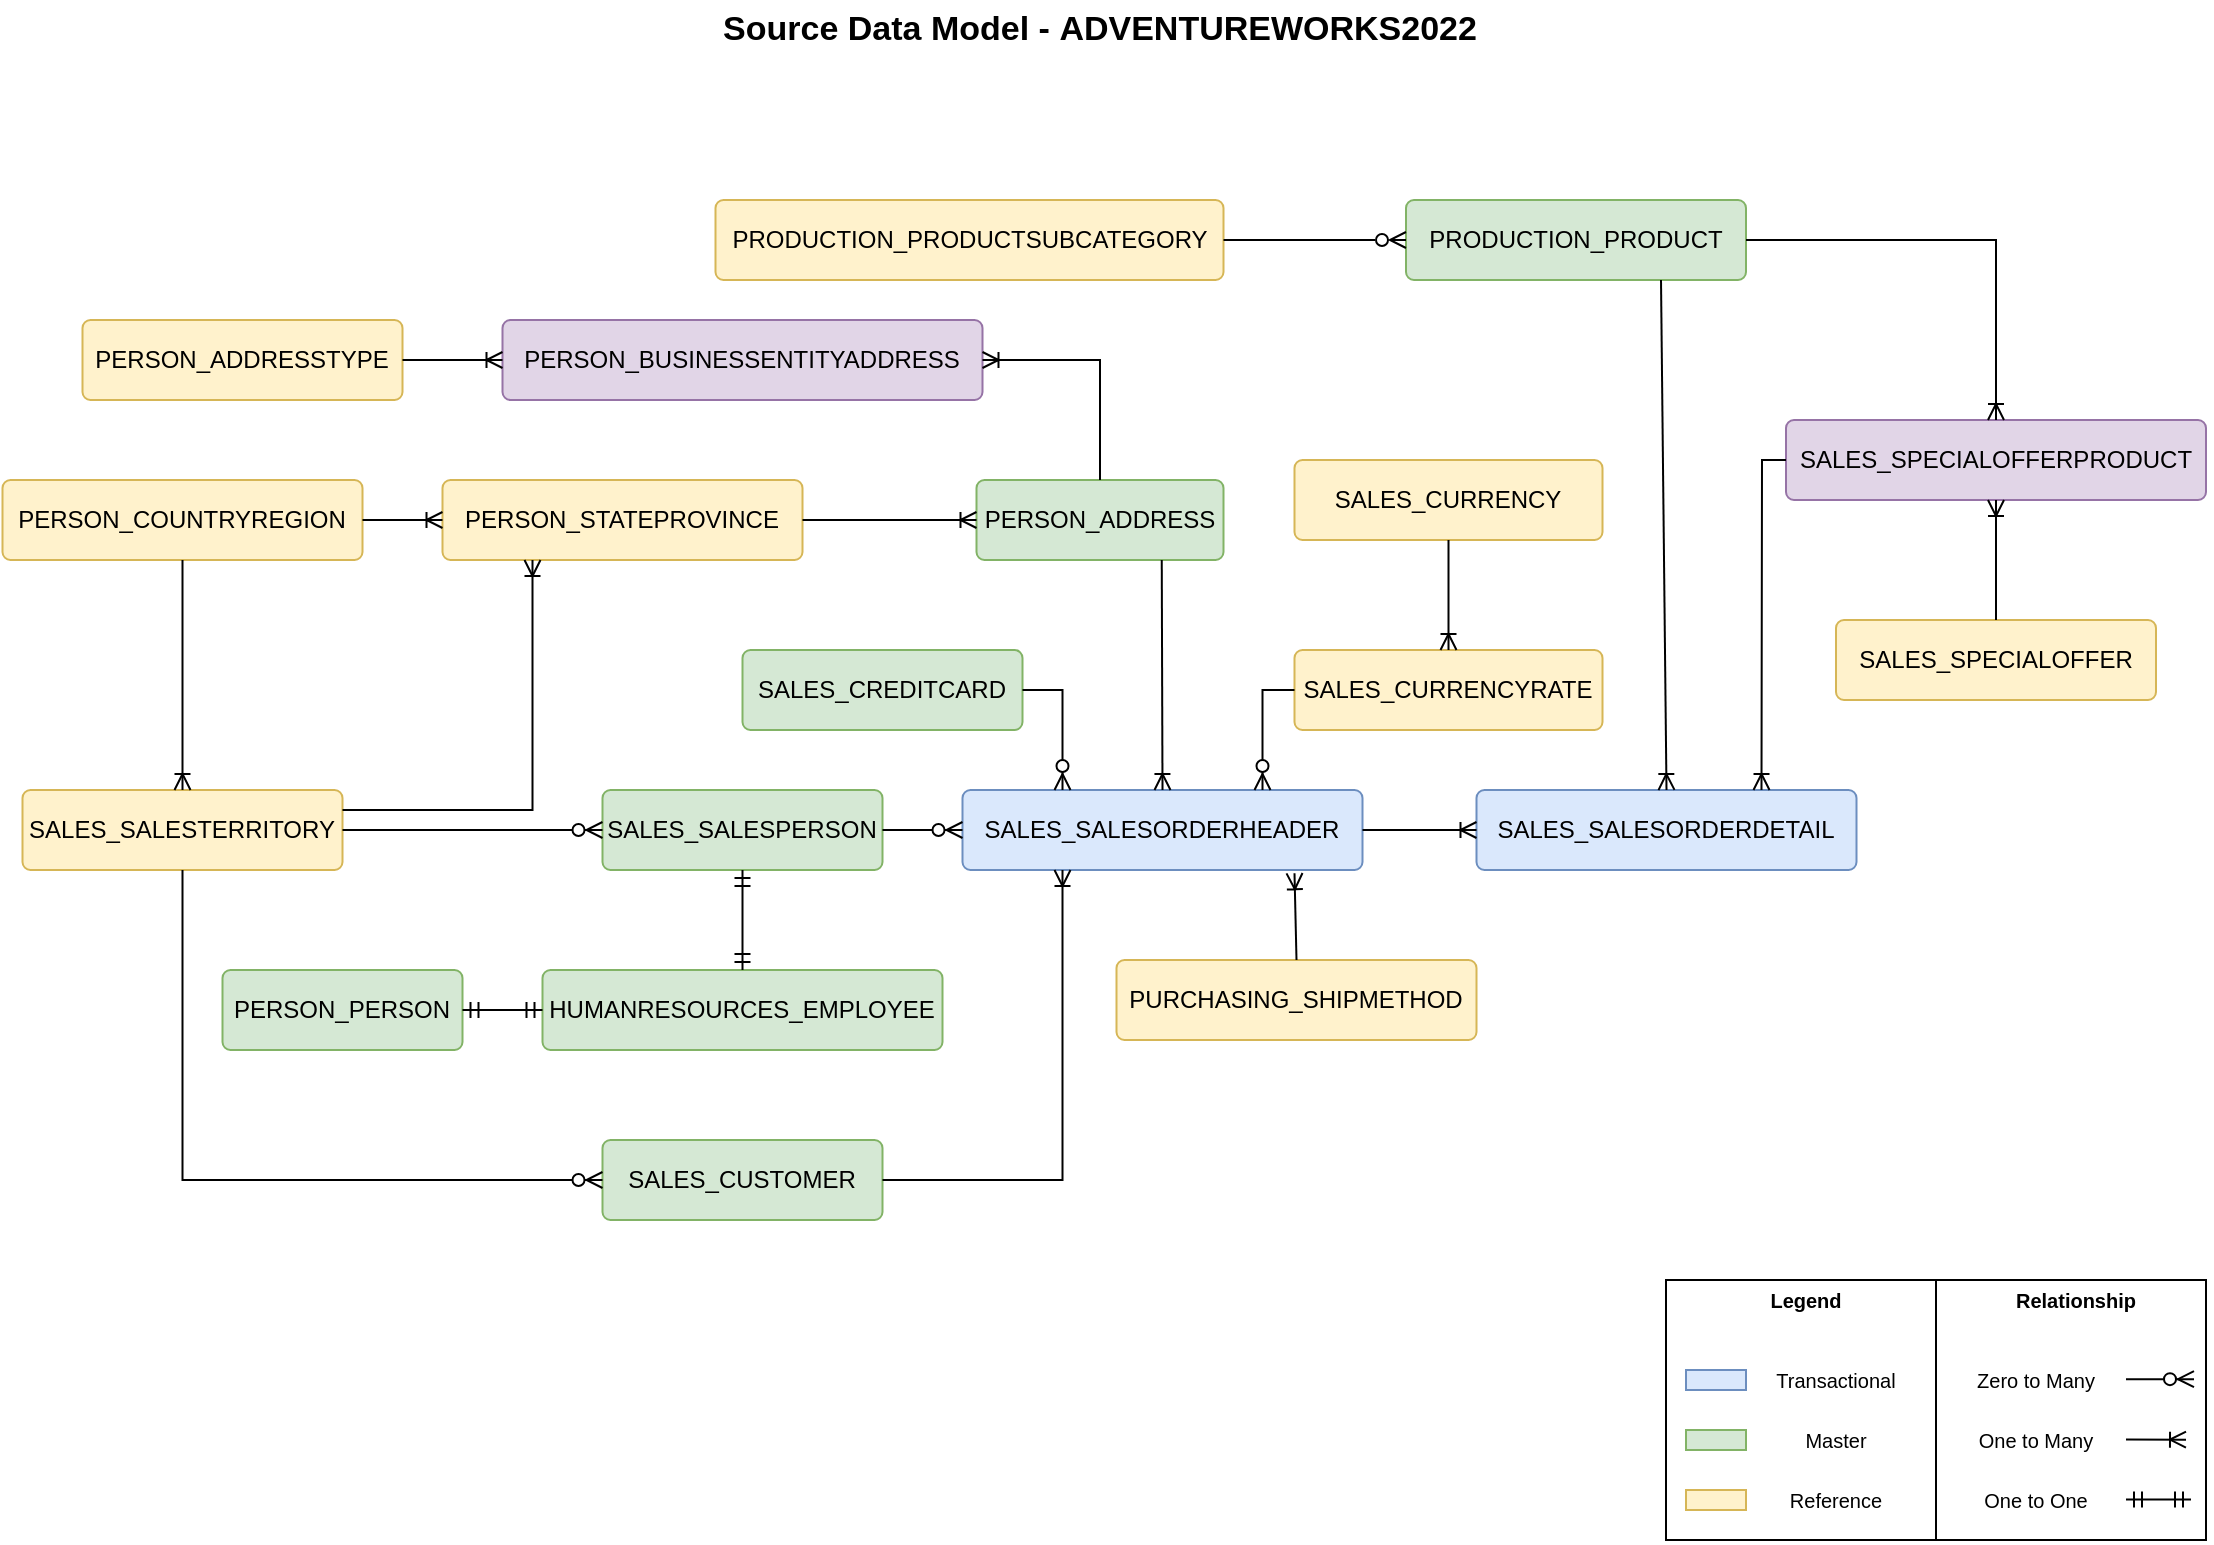
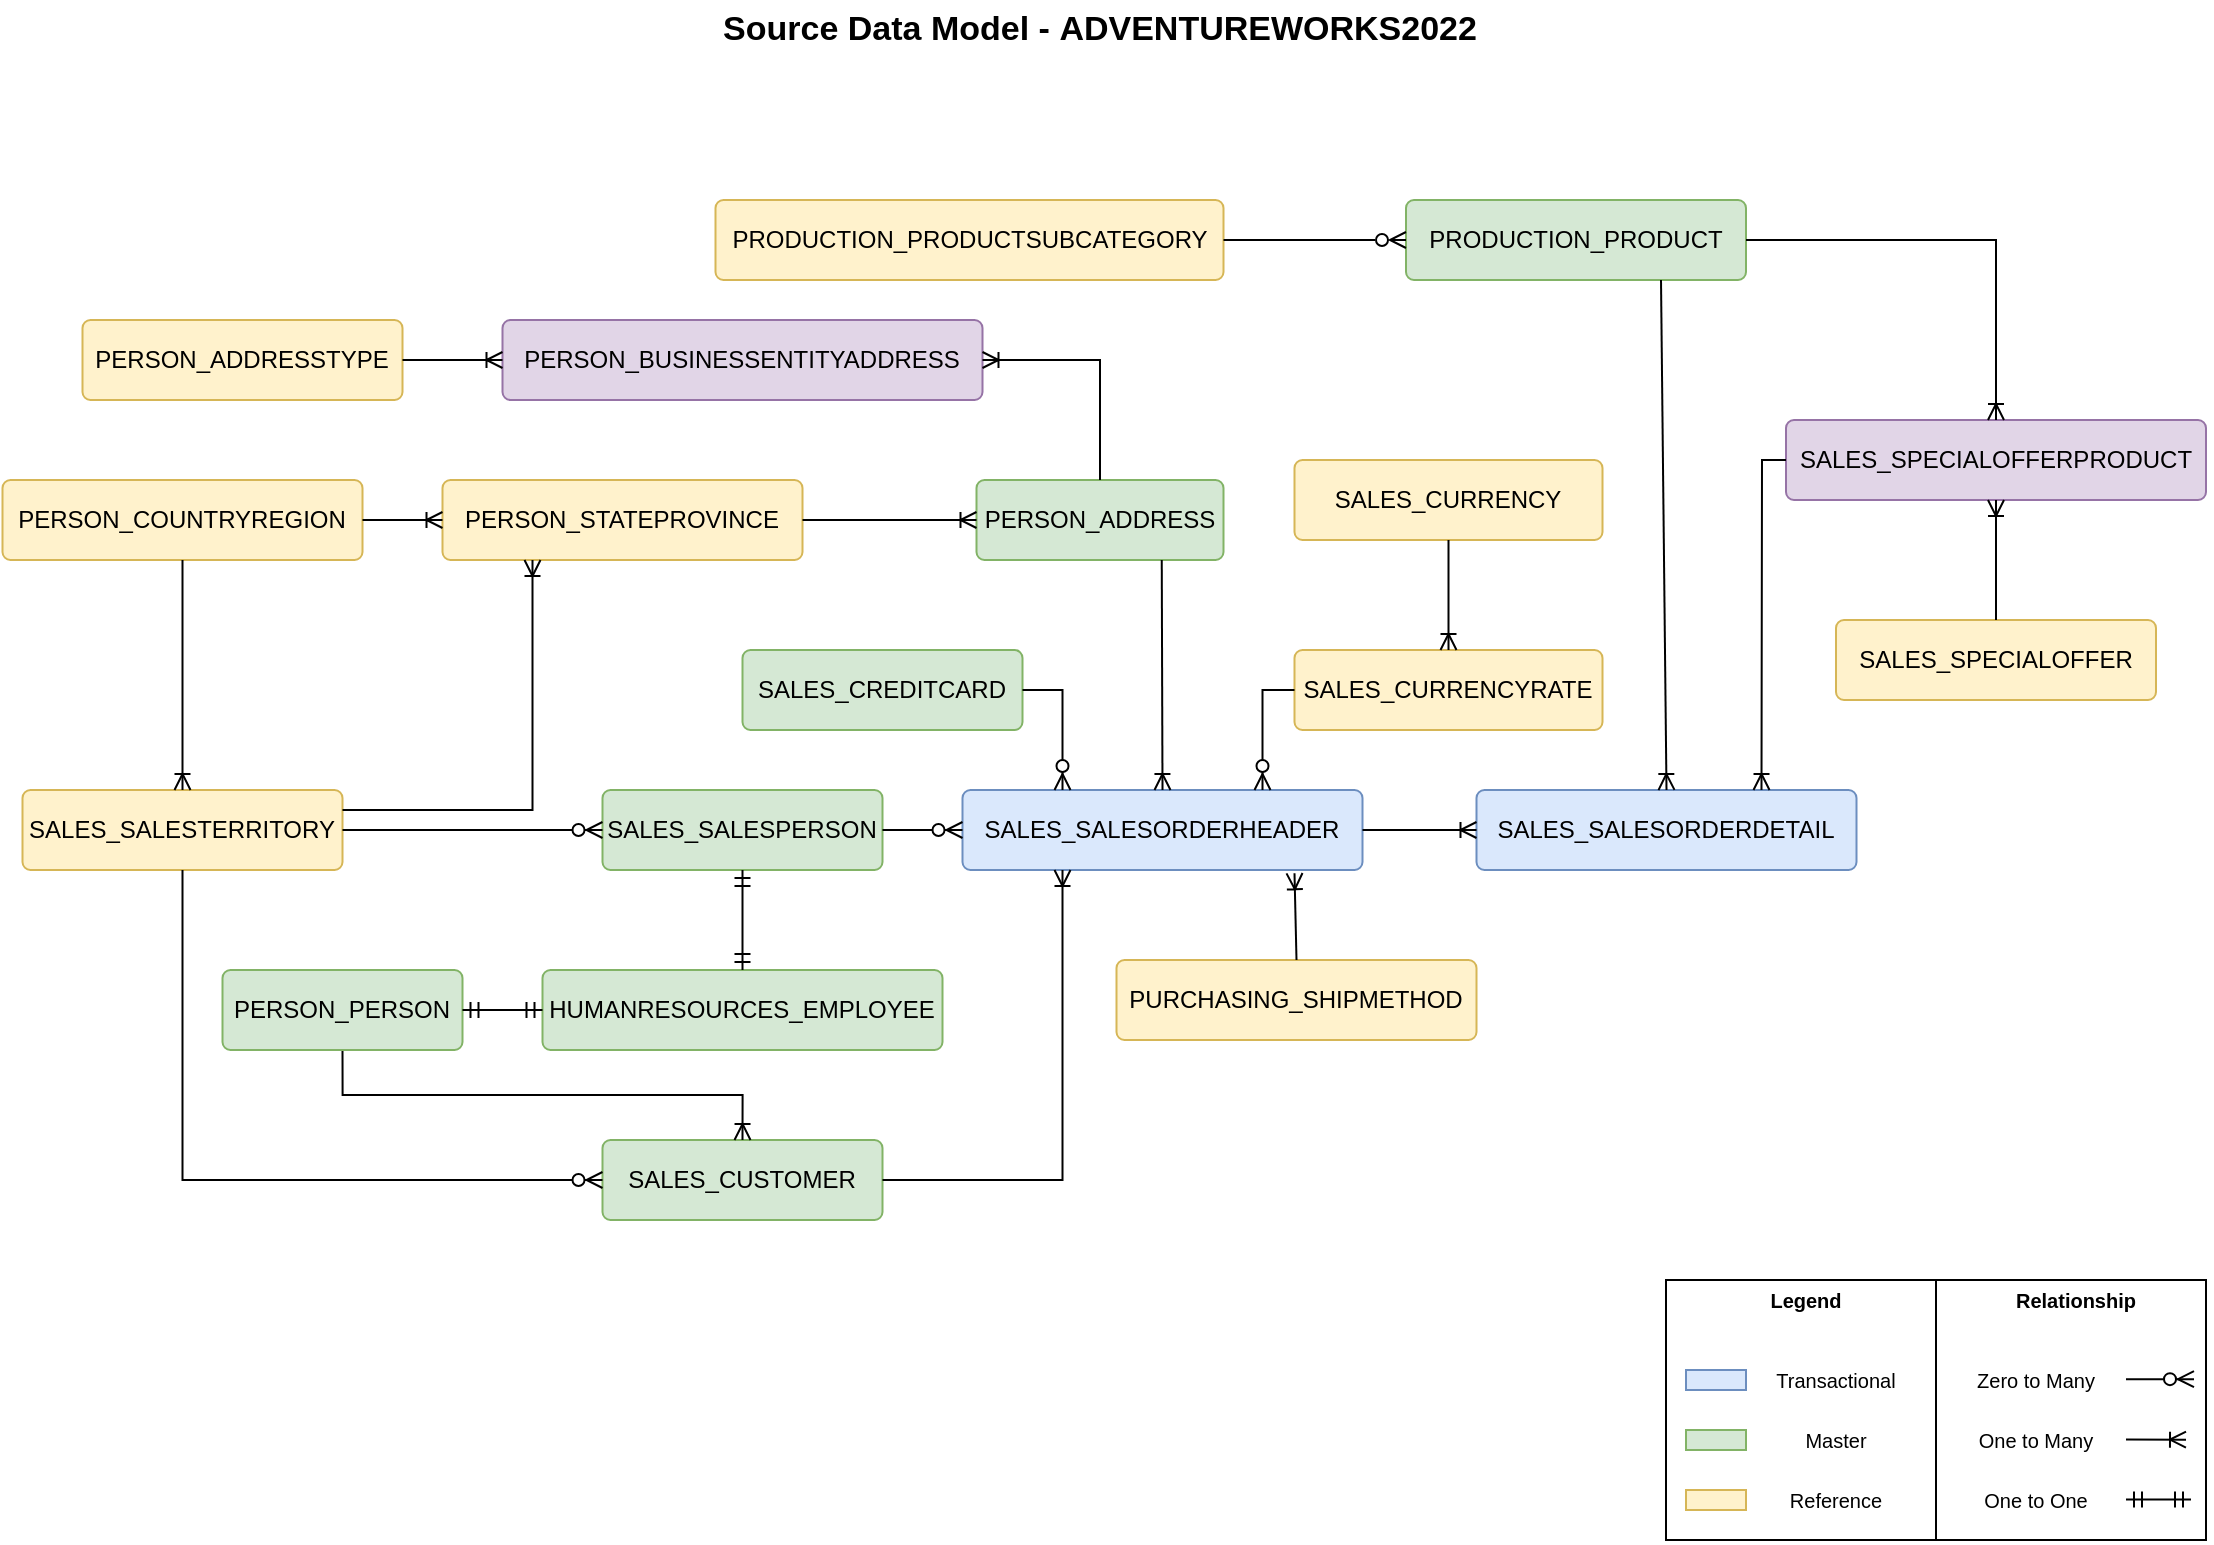
<mxfile host="Electron">
  <diagram name="Página-1" id="7mPY9IgTF5v4kI3P_Ib7">
-     <mxGraphModel dx="1212" dy="776" grid="1" gridSize="10" guides="1" tooltips="1" connect="1" arrows="1" fold="1" page="1" pageScale="1" pageWidth="1169" pageHeight="827" math="0" shadow="0">
+     <mxGraphModel dx="1250" dy="550" grid="1" gridSize="10" guides="1" tooltips="1" connect="1" arrows="1" fold="1" page="1" pageScale="1" pageWidth="1169" pageHeight="827" math="0" shadow="0">
      <root>
        <mxCell id="0" />
        <mxCell id="1" parent="0" />
        <mxCell id="57UfKS-p6jkbmIy2nKI7-39" parent="1" style="rounded=0;whiteSpace=wrap;html=1;gradientColor=none;fillColor=none;labelPosition=center;verticalLabelPosition=top;align=center;verticalAlign=bottom;fontStyle=1" value="" vertex="1">
          <mxGeometry height="130" width="270" x="880" y="660" as="geometry" />
        </mxCell>
        <mxCell id="57UfKS-p6jkbmIy2nKI7-1" parent="1" style="rounded=1;arcSize=10;whiteSpace=wrap;html=1;align=center;fillColor=#dae8fc;strokeColor=#6c8ebf;" value="SALES_SALESORDERHEADER" vertex="1">
          <mxGeometry height="40" width="200" x="528.25" y="415" as="geometry" />
        </mxCell>
        <mxCell id="57UfKS-p6jkbmIy2nKI7-2" parent="1" style="rounded=1;arcSize=10;whiteSpace=wrap;html=1;align=center;fillColor=#dae8fc;strokeColor=#6c8ebf;" value="SALES_SALESORDERDETAIL" vertex="1">
          <mxGeometry height="40" width="190" x="785.25" y="415" as="geometry" />
        </mxCell>
        <mxCell id="57UfKS-p6jkbmIy2nKI7-6" parent="1" style="rounded=1;arcSize=10;whiteSpace=wrap;html=1;align=center;fillColor=#fff2cc;strokeColor=#d6b656;" value="SALES_SPECIALOFFER" vertex="1">
          <mxGeometry height="40" width="160" x="965" y="330" as="geometry" />
        </mxCell>
        <mxCell id="57UfKS-p6jkbmIy2nKI7-7" parent="1" style="rounded=1;arcSize=10;whiteSpace=wrap;html=1;align=center;fillColor=#d5e8d4;strokeColor=#82b366;" value="PRODUCTION_PRODUCT" vertex="1">
          <mxGeometry height="40" width="170" x="750" y="120" as="geometry" />
        </mxCell>
        <mxCell id="57UfKS-p6jkbmIy2nKI7-11" parent="1" style="rounded=1;arcSize=10;whiteSpace=wrap;html=1;align=center;fillColor=#fff2cc;strokeColor=#d6b656;" value="PRODUCTION_PRODUCTSUBCATEGORY" vertex="1">
          <mxGeometry height="40" width="254" x="404.75" y="120" as="geometry" />
        </mxCell>
        <mxCell id="57UfKS-p6jkbmIy2nKI7-12" edge="1" parent="1" source="57UfKS-p6jkbmIy2nKI7-11" style="fontSize=12;html=1;endArrow=ERzeroToMany;rounded=0;exitX=1;exitY=0.5;exitDx=0;exitDy=0;entryX=0;entryY=0.5;entryDx=0;entryDy=0;endFill=0;" target="57UfKS-p6jkbmIy2nKI7-7" value="">
          <mxGeometry height="100" relative="1" width="100" as="geometry">
            <mxPoint x="665.25" y="135" as="sourcePoint" />
            <mxPoint x="755.25" y="100" as="targetPoint" />
          </mxGeometry>
        </mxCell>
        <mxCell id="57UfKS-p6jkbmIy2nKI7-14" parent="1" style="rounded=1;arcSize=10;whiteSpace=wrap;html=1;align=center;fillColor=#d5e8d4;strokeColor=#82b366;" value="SALES_CREDITCARD" vertex="1">
          <mxGeometry height="40" width="140" x="418.25" y="345" as="geometry" />
        </mxCell>
        <mxCell id="57UfKS-p6jkbmIy2nKI7-15" parent="1" style="rounded=1;arcSize=10;whiteSpace=wrap;html=1;align=center;fillColor=#fff2cc;strokeColor=#d6b656;" value="PURCHASING_SHIPMETHOD" vertex="1">
          <mxGeometry height="40" width="180" x="605.25" y="500" as="geometry" />
        </mxCell>
        <mxCell id="57UfKS-p6jkbmIy2nKI7-16" parent="1" style="rounded=1;arcSize=10;whiteSpace=wrap;html=1;align=center;fillColor=#fff2cc;strokeColor=#d6b656;" value="SALES_CURRENCYRATE" vertex="1">
          <mxGeometry height="40" width="154" x="694.25" y="345" as="geometry" />
        </mxCell>
        <mxCell id="57UfKS-p6jkbmIy2nKI7-20" parent="1" style="rounded=1;arcSize=10;whiteSpace=wrap;html=1;align=center;fillColor=#d5e8d4;strokeColor=#82b366;" value="SALES_CUSTOMER" vertex="1">
          <mxGeometry height="40" width="140" x="348.25" y="590" as="geometry" />
        </mxCell>
        <mxCell id="57UfKS-p6jkbmIy2nKI7-21" parent="1" style="rounded=1;arcSize=10;whiteSpace=wrap;html=1;align=center;fillColor=#d5e8d4;strokeColor=#82b366;" value="SALES_SALESPERSON" vertex="1">
          <mxGeometry height="40" width="140" x="348.25" y="415" as="geometry" />
        </mxCell>
        <mxCell id="57UfKS-p6jkbmIy2nKI7-24" parent="1" style="rounded=1;arcSize=10;whiteSpace=wrap;html=1;align=center;fillColor=#d5e8d4;strokeColor=#82b366;" value="PERSON_ADDRESS" vertex="1">
          <mxGeometry height="40" width="123.5" x="535.25" y="260" as="geometry" />
        </mxCell>
        <mxCell id="57UfKS-p6jkbmIy2nKI7-27" parent="1" style="rounded=1;arcSize=10;whiteSpace=wrap;html=1;align=center;fillColor=#e1d5e7;strokeColor=#9673a6;" value="PERSON_BUSINESSENTITYADDRESS" vertex="1">
          <mxGeometry height="40" width="240" x="298.25" y="180" as="geometry" />
        </mxCell>
        <mxCell id="57UfKS-p6jkbmIy2nKI7-29" parent="1" style="rounded=1;arcSize=10;whiteSpace=wrap;html=1;align=center;fillColor=#fff2cc;strokeColor=#d6b656;" value="PERSON_STATEPROVINCE" vertex="1">
          <mxGeometry height="40" width="180" x="268.25" y="260" as="geometry" />
        </mxCell>
        <mxCell id="57UfKS-p6jkbmIy2nKI7-31" parent="1" style="rounded=1;arcSize=10;whiteSpace=wrap;html=1;align=center;fillColor=#fff2cc;strokeColor=#d6b656;" value="PERSON_COUNTRYREGION" vertex="1">
          <mxGeometry height="40" width="180" x="48.25" y="260" as="geometry" />
        </mxCell>
        <mxCell id="57UfKS-p6jkbmIy2nKI7-37" parent="1" style="text;html=1;whiteSpace=wrap;strokeColor=none;fillColor=none;align=center;verticalAlign=middle;rounded=0;fontSize=17;fontStyle=1" value="Source Data Model -&amp;nbsp;ADVENTUREWORKS2022" vertex="1">
          <mxGeometry height="30" width="430" x="382" y="20" as="geometry" />
        </mxCell>
        <mxCell id="57UfKS-p6jkbmIy2nKI7-41" parent="1" style="rounded=0;whiteSpace=wrap;html=1;fillColor=#dae8fc;strokeColor=#6c8ebf;" value="" vertex="1">
          <mxGeometry height="10" width="30" x="890" y="705" as="geometry" />
        </mxCell>
        <mxCell id="57UfKS-p6jkbmIy2nKI7-43" parent="1" style="rounded=0;whiteSpace=wrap;html=1;fillColor=#d5e8d4;strokeColor=#82b366;" value="" vertex="1">
          <mxGeometry height="10" width="30" x="890" y="735" as="geometry" />
        </mxCell>
        <mxCell id="57UfKS-p6jkbmIy2nKI7-44" parent="1" style="rounded=0;whiteSpace=wrap;html=1;fillColor=#fff2cc;strokeColor=#d6b656;" value="" vertex="1">
          <mxGeometry height="10" width="30" x="890" y="765" as="geometry" />
        </mxCell>
        <mxCell id="57UfKS-p6jkbmIy2nKI7-45" parent="1" style="text;html=1;whiteSpace=wrap;strokeColor=none;fillColor=none;align=center;verticalAlign=middle;rounded=0;fontSize=10;" value="Transactional" vertex="1">
          <mxGeometry height="20" width="70" x="930" y="700" as="geometry" />
        </mxCell>
        <mxCell id="57UfKS-p6jkbmIy2nKI7-47" parent="1" style="text;html=1;whiteSpace=wrap;strokeColor=none;fillColor=none;align=center;verticalAlign=middle;rounded=0;fontSize=10;" value="Master" vertex="1">
          <mxGeometry height="20" width="70" x="930" y="730" as="geometry" />
        </mxCell>
        <mxCell id="57UfKS-p6jkbmIy2nKI7-48" parent="1" style="text;html=1;whiteSpace=wrap;strokeColor=none;fillColor=none;align=center;verticalAlign=middle;rounded=0;fontSize=10;" value="Reference" vertex="1">
          <mxGeometry height="20" width="70" x="930" y="760" as="geometry" />
        </mxCell>
        <mxCell id="57UfKS-p6jkbmIy2nKI7-49" edge="1" parent="1" style="fontSize=12;html=1;endArrow=ERoneToMany;rounded=0;exitX=0;exitY=0.5;exitDx=0;exitDy=0;" value="">
          <mxGeometry height="100" relative="1" width="100" as="geometry">
            <mxPoint x="1110" y="739.71" as="sourcePoint" />
            <mxPoint x="1140" y="739.85" as="targetPoint" />
          </mxGeometry>
        </mxCell>
        <mxCell id="57UfKS-p6jkbmIy2nKI7-50" parent="1" style="text;html=1;whiteSpace=wrap;strokeColor=none;fillColor=none;align=center;verticalAlign=middle;rounded=0;fontSize=10;" value="One to Many" vertex="1">
          <mxGeometry height="20" width="70" x="1030" y="730" as="geometry" />
        </mxCell>
        <mxCell id="57UfKS-p6jkbmIy2nKI7-53" edge="1" parent="1" source="57UfKS-p6jkbmIy2nKI7-39" style="endArrow=none;html=1;rounded=0;entryX=0.5;entryY=0;entryDx=0;entryDy=0;exitX=0.5;exitY=1;exitDx=0;exitDy=0;" target="57UfKS-p6jkbmIy2nKI7-39" value="">
          <mxGeometry height="50" relative="1" width="50" as="geometry">
            <mxPoint x="990" y="735" as="sourcePoint" />
            <mxPoint x="1040" y="685" as="targetPoint" />
          </mxGeometry>
        </mxCell>
        <mxCell id="57UfKS-p6jkbmIy2nKI7-54" parent="1" style="text;html=1;whiteSpace=wrap;strokeColor=none;fillColor=none;align=center;verticalAlign=middle;rounded=0;fontSize=10;fontStyle=1" value="Legend" vertex="1">
          <mxGeometry height="20" width="70" x="915" y="660" as="geometry" />
        </mxCell>
        <mxCell id="57UfKS-p6jkbmIy2nKI7-55" parent="1" style="text;html=1;whiteSpace=wrap;strokeColor=none;fillColor=none;align=center;verticalAlign=middle;rounded=0;fontSize=10;fontStyle=1" value="Relationship" vertex="1">
          <mxGeometry height="20" width="70" x="1050" y="660" as="geometry" />
        </mxCell>
        <mxCell id="bGzYq2xaocZGrk2WDBp9-1" edge="1" parent="1" source="57UfKS-p6jkbmIy2nKI7-1" style="fontSize=12;html=1;endArrow=ERoneToMany;rounded=0;exitX=1;exitY=0.5;exitDx=0;exitDy=0;entryX=0;entryY=0.5;entryDx=0;entryDy=0;" target="57UfKS-p6jkbmIy2nKI7-2" value="">
          <mxGeometry height="100" relative="1" width="100" as="geometry">
            <mxPoint x="698.25" y="375" as="sourcePoint" />
            <mxPoint x="708.25" y="435" as="targetPoint" />
          </mxGeometry>
        </mxCell>
        <mxCell id="bGzYq2xaocZGrk2WDBp9-2" parent="1" style="rounded=1;arcSize=10;whiteSpace=wrap;html=1;align=center;fillColor=#d5e8d4;strokeColor=#82b366;" value="HUMANRESOURCES_EMPLOYEE" vertex="1">
          <mxGeometry height="40" width="200" x="318.25" y="505" as="geometry" />
        </mxCell>
+         <mxCell id="y2xucCQ9B6sKll87YT1e-1" edge="1" parent="1" source="bGzYq2xaocZGrk2WDBp9-3" style="edgeStyle=orthogonalEdgeStyle;rounded=0;orthogonalLoop=1;jettySize=auto;html=1;entryX=0.5;entryY=0;entryDx=0;entryDy=0;exitX=0.5;exitY=1;exitDx=0;exitDy=0;endArrow=ERoneToMany;endFill=0;" target="57UfKS-p6jkbmIy2nKI7-20">
+           <mxGeometry relative="1" as="geometry" />
+         </mxCell>
        <mxCell id="bGzYq2xaocZGrk2WDBp9-3" parent="1" style="rounded=1;arcSize=10;whiteSpace=wrap;html=1;align=center;fillColor=#d5e8d4;strokeColor=#82b366;" value="PERSON_PERSON" vertex="1">
          <mxGeometry height="40" width="120" x="158.25" y="505" as="geometry" />
        </mxCell>
        <mxCell id="bGzYq2xaocZGrk2WDBp9-4" edge="1" parent="1" source="57UfKS-p6jkbmIy2nKI7-15" style="fontSize=12;html=1;endArrow=ERoneToMany;rounded=0;exitX=0.5;exitY=0;exitDx=0;exitDy=0;entryX=0.83;entryY=1.04;entryDx=0;entryDy=0;entryPerimeter=0;" target="57UfKS-p6jkbmIy2nKI7-1" value="">
          <mxGeometry height="100" relative="1" width="100" as="geometry">
            <mxPoint x="678.25" y="515" as="sourcePoint" />
            <mxPoint x="738.25" y="515" as="targetPoint" />
          </mxGeometry>
        </mxCell>
        <mxCell id="bGzYq2xaocZGrk2WDBp9-5" edge="1" parent="1" source="57UfKS-p6jkbmIy2nKI7-16" style="fontSize=12;html=1;endArrow=ERzeroToMany;endFill=1;rounded=0;exitX=0;exitY=0.5;exitDx=0;exitDy=0;entryX=0.75;entryY=0;entryDx=0;entryDy=0;" target="57UfKS-p6jkbmIy2nKI7-1" value="">
          <mxGeometry height="100" relative="1" width="100" as="geometry">
            <Array as="points">
              <mxPoint x="678.25" y="365" />
            </Array>
            <mxPoint x="658.25" y="615" as="sourcePoint" />
            <mxPoint x="758.25" y="515" as="targetPoint" />
          </mxGeometry>
        </mxCell>
        <mxCell id="bGzYq2xaocZGrk2WDBp9-6" edge="1" parent="1" source="57UfKS-p6jkbmIy2nKI7-14" style="fontSize=12;html=1;endArrow=ERzeroToMany;endFill=1;rounded=0;exitX=1;exitY=0.5;exitDx=0;exitDy=0;entryX=0.25;entryY=0;entryDx=0;entryDy=0;" target="57UfKS-p6jkbmIy2nKI7-1" value="">
          <mxGeometry height="100" relative="1" width="100" as="geometry">
            <Array as="points">
              <mxPoint x="578.25" y="365" />
            </Array>
            <mxPoint x="613.25" y="275" as="sourcePoint" />
            <mxPoint x="608.25" y="305" as="targetPoint" />
          </mxGeometry>
        </mxCell>
        <mxCell id="bGzYq2xaocZGrk2WDBp9-7" edge="1" parent="1" source="57UfKS-p6jkbmIy2nKI7-21" style="fontSize=12;html=1;endArrow=ERzeroToMany;endFill=1;rounded=0;exitX=1;exitY=0.5;exitDx=0;exitDy=0;entryX=0;entryY=0.5;entryDx=0;entryDy=0;" target="57UfKS-p6jkbmIy2nKI7-1" value="">
          <mxGeometry height="100" relative="1" width="100" as="geometry">
            <mxPoint x="498.25" y="475" as="sourcePoint" />
            <mxPoint x="513.25" y="505" as="targetPoint" />
          </mxGeometry>
        </mxCell>
        <mxCell id="bGzYq2xaocZGrk2WDBp9-9" edge="1" parent="1" source="bGzYq2xaocZGrk2WDBp9-2" style="fontSize=12;html=1;endArrow=ERmandOne;startArrow=ERmandOne;rounded=0;entryX=0.5;entryY=1;entryDx=0;entryDy=0;" target="57UfKS-p6jkbmIy2nKI7-21" value="">
          <mxGeometry height="100" relative="1" width="100" as="geometry">
            <mxPoint x="258.25" y="605" as="sourcePoint" />
            <mxPoint x="358.25" y="505" as="targetPoint" />
          </mxGeometry>
        </mxCell>
        <mxCell id="bGzYq2xaocZGrk2WDBp9-12" parent="1" style="rounded=1;arcSize=10;whiteSpace=wrap;html=1;align=center;fillColor=#fff2cc;strokeColor=#d6b656;" value="SALES_SALESTERRITORY" vertex="1">
          <mxGeometry height="40" width="160" x="58.25" y="415" as="geometry" />
        </mxCell>
        <mxCell id="bGzYq2xaocZGrk2WDBp9-13" edge="1" parent="1" source="bGzYq2xaocZGrk2WDBp9-12" style="fontSize=12;html=1;endArrow=ERzeroToMany;endFill=1;rounded=0;exitX=1;exitY=0.5;exitDx=0;exitDy=0;entryX=0;entryY=0.5;entryDx=0;entryDy=0;" target="57UfKS-p6jkbmIy2nKI7-21" value="">
          <mxGeometry height="100" relative="1" width="100" as="geometry">
            <mxPoint x="248.25" y="435" as="sourcePoint" />
            <mxPoint x="308.25" y="435" as="targetPoint" />
          </mxGeometry>
        </mxCell>
        <mxCell id="bGzYq2xaocZGrk2WDBp9-14" edge="1" parent="1" source="bGzYq2xaocZGrk2WDBp9-12" style="fontSize=12;html=1;endArrow=ERzeroToMany;endFill=1;rounded=0;exitX=0.5;exitY=1;exitDx=0;exitDy=0;entryX=0;entryY=0.5;entryDx=0;entryDy=0;" target="57UfKS-p6jkbmIy2nKI7-20" value="">
          <mxGeometry height="100" relative="1" width="100" as="geometry">
            <Array as="points">
              <mxPoint x="138.25" y="610" />
            </Array>
            <mxPoint x="148.25" y="545" as="sourcePoint" />
            <mxPoint x="328.25" y="545" as="targetPoint" />
          </mxGeometry>
        </mxCell>
        <mxCell id="bGzYq2xaocZGrk2WDBp9-18" edge="1" parent="1" source="57UfKS-p6jkbmIy2nKI7-31" style="fontSize=12;html=1;endArrow=ERoneToMany;endFill=0;rounded=0;exitX=1;exitY=0.5;exitDx=0;exitDy=0;entryX=0;entryY=0.5;entryDx=0;entryDy=0;" target="57UfKS-p6jkbmIy2nKI7-29" value="">
          <mxGeometry height="100" relative="1" width="100" as="geometry">
            <mxPoint x="228.25" y="330" as="sourcePoint" />
            <mxPoint x="408.25" y="330" as="targetPoint" />
          </mxGeometry>
        </mxCell>
        <mxCell id="bGzYq2xaocZGrk2WDBp9-20" edge="1" parent="1" source="bGzYq2xaocZGrk2WDBp9-12" style="fontSize=12;html=1;endArrow=ERoneToMany;endFill=0;rounded=0;exitX=1;exitY=0.25;exitDx=0;exitDy=0;entryX=0.25;entryY=1;entryDx=0;entryDy=0;" target="57UfKS-p6jkbmIy2nKI7-29" value="">
          <mxGeometry height="100" relative="1" width="100" as="geometry">
            <Array as="points">
              <mxPoint x="313.25" y="425" />
            </Array>
            <mxPoint x="158.25" y="330" as="sourcePoint" />
            <mxPoint x="218.25" y="330" as="targetPoint" />
          </mxGeometry>
        </mxCell>
        <mxCell id="bGzYq2xaocZGrk2WDBp9-21" edge="1" parent="1" source="57UfKS-p6jkbmIy2nKI7-29" style="fontSize=12;html=1;endArrow=ERoneToMany;endFill=0;rounded=0;exitX=1;exitY=0.5;exitDx=0;exitDy=0;entryX=0;entryY=0.5;entryDx=0;entryDy=0;" target="57UfKS-p6jkbmIy2nKI7-24" value="">
          <mxGeometry height="100" relative="1" width="100" as="geometry">
            <mxPoint x="408.25" y="200" as="sourcePoint" />
            <mxPoint x="468.25" y="200" as="targetPoint" />
          </mxGeometry>
        </mxCell>
        <mxCell id="bGzYq2xaocZGrk2WDBp9-22" parent="1" style="rounded=1;arcSize=10;whiteSpace=wrap;html=1;align=center;fillColor=#fff2cc;strokeColor=#d6b656;" value="PERSON_ADDRESSTYPE" vertex="1">
          <mxGeometry height="40" width="160" x="88.25" y="180" as="geometry" />
        </mxCell>
        <mxCell id="bGzYq2xaocZGrk2WDBp9-23" edge="1" parent="1" source="57UfKS-p6jkbmIy2nKI7-24" style="fontSize=12;html=1;endArrow=ERoneToMany;endFill=0;rounded=0;exitX=0.5;exitY=0;exitDx=0;exitDy=0;entryX=1;entryY=0.5;entryDx=0;entryDy=0;" target="57UfKS-p6jkbmIy2nKI7-27" value="">
          <mxGeometry height="100" relative="1" width="100" as="geometry">
            <Array as="points">
              <mxPoint x="597" y="200" />
            </Array>
            <mxPoint x="398.25" y="210" as="sourcePoint" />
            <mxPoint x="478.25" y="210" as="targetPoint" />
          </mxGeometry>
        </mxCell>
        <mxCell id="bGzYq2xaocZGrk2WDBp9-24" edge="1" parent="1" source="bGzYq2xaocZGrk2WDBp9-22" style="fontSize=12;html=1;endArrow=ERoneToMany;endFill=0;rounded=0;exitX=1;exitY=0.5;exitDx=0;exitDy=0;entryX=0;entryY=0.5;entryDx=0;entryDy=0;" target="57UfKS-p6jkbmIy2nKI7-27" value="">
          <mxGeometry height="100" relative="1" width="100" as="geometry">
            <mxPoint x="368.25" y="130" as="sourcePoint" />
            <mxPoint x="448.25" y="130" as="targetPoint" />
          </mxGeometry>
        </mxCell>
        <mxCell id="bGzYq2xaocZGrk2WDBp9-25" parent="1" style="rounded=1;arcSize=10;whiteSpace=wrap;html=1;align=center;fillColor=#e1d5e7;strokeColor=#9673a6;" value="SALES_SPECIALOFFERPRODUCT" vertex="1">
          <mxGeometry height="40" width="210" x="940" y="230" as="geometry" />
        </mxCell>
        <mxCell id="bGzYq2xaocZGrk2WDBp9-26" edge="1" parent="1" source="bGzYq2xaocZGrk2WDBp9-25" style="fontSize=12;html=1;endArrow=ERoneToMany;endFill=0;rounded=0;exitX=0;exitY=0.5;exitDx=0;exitDy=0;entryX=0.75;entryY=0;entryDx=0;entryDy=0;" target="57UfKS-p6jkbmIy2nKI7-2" value="">
          <mxGeometry height="100" relative="1" width="100" as="geometry">
            <Array as="points">
              <mxPoint x="928" y="250" />
            </Array>
            <mxPoint x="928.25" y="220" as="sourcePoint" />
            <mxPoint x="988.25" y="220" as="targetPoint" />
          </mxGeometry>
        </mxCell>
        <mxCell id="bGzYq2xaocZGrk2WDBp9-27" edge="1" parent="1" source="57UfKS-p6jkbmIy2nKI7-6" style="fontSize=12;html=1;endArrow=ERoneToMany;endFill=0;rounded=0;exitX=0.5;exitY=0;exitDx=0;exitDy=0;entryX=0.5;entryY=1;entryDx=0;entryDy=0;" target="bGzYq2xaocZGrk2WDBp9-25" value="">
          <mxGeometry height="100" relative="1" width="100" as="geometry">
            <mxPoint x="898.25" y="290" as="sourcePoint" />
            <mxPoint x="900.25" y="370" as="targetPoint" />
          </mxGeometry>
        </mxCell>
        <mxCell id="bGzYq2xaocZGrk2WDBp9-28" edge="1" parent="1" source="57UfKS-p6jkbmIy2nKI7-7" style="fontSize=12;html=1;endArrow=ERoneToMany;endFill=0;rounded=0;exitX=1;exitY=0.5;exitDx=0;exitDy=0;entryX=0.5;entryY=0;entryDx=0;entryDy=0;" target="bGzYq2xaocZGrk2WDBp9-25" value="">
          <mxGeometry height="100" relative="1" width="100" as="geometry">
            <Array as="points">
              <mxPoint x="1045" y="140" />
            </Array>
            <mxPoint x="903.25" y="150" as="sourcePoint" />
            <mxPoint x="848.25" y="150" as="targetPoint" />
          </mxGeometry>
        </mxCell>
        <mxCell id="85USLuAGx7Avl1whX7Q3-4" edge="1" parent="1" source="57UfKS-p6jkbmIy2nKI7-20" style="fontSize=12;html=1;endArrow=ERoneToMany;rounded=0;exitX=1;exitY=0.5;exitDx=0;exitDy=0;entryX=0.25;entryY=1;entryDx=0;entryDy=0;" target="57UfKS-p6jkbmIy2nKI7-1" value="">
          <mxGeometry height="100" relative="1" width="100" as="geometry">
            <Array as="points">
              <mxPoint x="578.25" y="610" />
            </Array>
            <mxPoint x="488.25" y="610" as="sourcePoint" />
            <mxPoint x="578.25" y="455" as="targetPoint" />
          </mxGeometry>
-         </mxCell>
-         <mxCell id="y7ByMWYmGpwYcd7xmSkw-1" edge="1" parent="1" source="57UfKS-p6jkbmIy2nKI7-2" style="edgeStyle=orthogonalEdgeStyle;rounded=0;orthogonalLoop=1;jettySize=auto;html=1;exitX=0.5;exitY=1;exitDx=0;exitDy=0;" target="57UfKS-p6jkbmIy2nKI7-2">
-           <mxGeometry relative="1" as="geometry" />
        </mxCell>
        <mxCell id="y7ByMWYmGpwYcd7xmSkw-3" parent="1" style="text;html=1;whiteSpace=wrap;strokeColor=none;fillColor=none;align=center;verticalAlign=middle;rounded=0;fontSize=10;" value="Zero to Many" vertex="1">
          <mxGeometry height="20" width="70" x="1030" y="700" as="geometry" />
        </mxCell>
        <mxCell id="y7ByMWYmGpwYcd7xmSkw-4" edge="1" parent="1" style="fontSize=12;html=1;endArrow=ERzeroToMany;endFill=1;rounded=0;exitX=0;exitY=0.5;exitDx=0;exitDy=0;" value="">
          <mxGeometry height="100" relative="1" width="100" as="geometry">
            <mxPoint x="1110" y="709.58" as="sourcePoint" />
            <mxPoint x="1144" y="709.58" as="targetPoint" />
          </mxGeometry>
        </mxCell>
        <mxCell id="y7ByMWYmGpwYcd7xmSkw-9" parent="1" style="text;html=1;whiteSpace=wrap;strokeColor=none;fillColor=none;align=center;verticalAlign=middle;rounded=0;fontSize=10;" value="One to One" vertex="1">
          <mxGeometry height="20" width="70" x="1030" y="760" as="geometry" />
        </mxCell>
        <mxCell id="y7ByMWYmGpwYcd7xmSkw-10" edge="1" parent="1" style="fontSize=12;html=1;endArrow=ERmandOne;startArrow=ERmandOne;rounded=0;entryX=0.5;entryY=1;entryDx=0;entryDy=0;" value="">
          <mxGeometry height="100" relative="1" width="100" as="geometry">
            <mxPoint x="1142.5" y="769.76" as="sourcePoint" />
            <mxPoint x="1110" y="769.76" as="targetPoint" />
          </mxGeometry>
        </mxCell>
        <mxCell id="FqJg9LYutd5mbm3vXSj8-3" edge="1" parent="1" source="57UfKS-p6jkbmIy2nKI7-31" style="fontSize=12;html=1;endArrow=ERoneToMany;rounded=0;exitX=0.5;exitY=1;exitDx=0;exitDy=0;entryX=0.5;entryY=0;entryDx=0;entryDy=0;" target="bGzYq2xaocZGrk2WDBp9-12" value="">
          <mxGeometry height="100" relative="1" width="100" as="geometry">
            <mxPoint x="221" y="393" as="sourcePoint" />
            <mxPoint x="220" y="350" as="targetPoint" />
          </mxGeometry>
        </mxCell>
        <mxCell id="FqJg9LYutd5mbm3vXSj8-4" edge="1" parent="1" source="bGzYq2xaocZGrk2WDBp9-2" style="fontSize=12;html=1;endArrow=ERmandOne;startArrow=ERmandOne;rounded=0;entryX=1;entryY=0.5;entryDx=0;entryDy=0;exitX=0;exitY=0.5;exitDx=0;exitDy=0;" target="bGzYq2xaocZGrk2WDBp9-3" value="">
          <mxGeometry height="100" relative="1" width="100" as="geometry">
            <mxPoint x="250" y="520" as="sourcePoint" />
            <mxPoint x="250" y="470" as="targetPoint" />
          </mxGeometry>
        </mxCell>
        <mxCell id="FqJg9LYutd5mbm3vXSj8-5" edge="1" parent="1" source="57UfKS-p6jkbmIy2nKI7-24" style="fontSize=12;html=1;endArrow=ERoneToMany;rounded=0;exitX=0.75;exitY=1;exitDx=0;exitDy=0;entryX=0.5;entryY=0;entryDx=0;entryDy=0;" target="57UfKS-p6jkbmIy2nKI7-1" value="">
          <mxGeometry height="100" relative="1" width="100" as="geometry">
            <mxPoint x="681" y="283" as="sourcePoint" />
            <mxPoint x="680" y="240" as="targetPoint" />
          </mxGeometry>
        </mxCell>
        <mxCell id="FqJg9LYutd5mbm3vXSj8-7" edge="1" parent="1" source="57UfKS-p6jkbmIy2nKI7-7" style="fontSize=12;html=1;endArrow=ERoneToMany;endFill=0;rounded=0;exitX=0.75;exitY=1;exitDx=0;exitDy=0;entryX=0.5;entryY=0;entryDx=0;entryDy=0;" target="57UfKS-p6jkbmIy2nKI7-2" value="">
          <mxGeometry height="100" relative="1" width="100" as="geometry">
            <mxPoint x="920" y="280" as="sourcePoint" />
            <mxPoint x="870" y="425" as="targetPoint" />
          </mxGeometry>
        </mxCell>
        <mxCell id="B9sKKuXOSgmEJVmFwvNm-1" parent="1" style="rounded=1;arcSize=10;whiteSpace=wrap;html=1;align=center;fillColor=#fff2cc;strokeColor=#d6b656;" value="SALES_CURRENCY" vertex="1">
          <mxGeometry height="40" width="154" x="694.25" y="250" as="geometry" />
        </mxCell>
        <mxCell id="B9sKKuXOSgmEJVmFwvNm-2" edge="1" parent="1" source="B9sKKuXOSgmEJVmFwvNm-1" style="fontSize=12;html=1;endArrow=ERoneToMany;endFill=0;rounded=0;exitX=0.5;exitY=1;exitDx=0;exitDy=0;entryX=0.5;entryY=0;entryDx=0;entryDy=0;" target="57UfKS-p6jkbmIy2nKI7-16" value="">
          <mxGeometry height="100" relative="1" width="100" as="geometry">
            <mxPoint x="870" y="320" as="sourcePoint" />
            <mxPoint x="872" y="575" as="targetPoint" />
          </mxGeometry>
        </mxCell>
      </root>
    </mxGraphModel>
  </diagram>
</mxfile>
